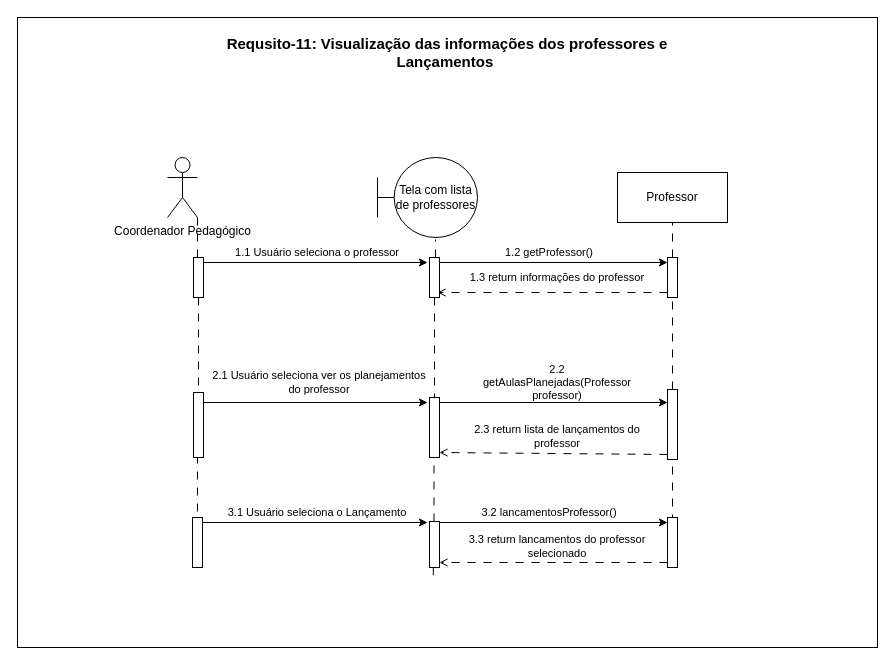
The draw.io diagram Requisito-11.drawio in LizReis/An-lise-de-Sistemas, before the edit. Source tidied: cells renumbered, new cells numbered last; positions are measured from the earlier drawing's top-left corner, leaving out a move shared by most shapes. Both pictures are drawn from the tidied source at 100%, with x=0, y=0 at pixel (17, 17).
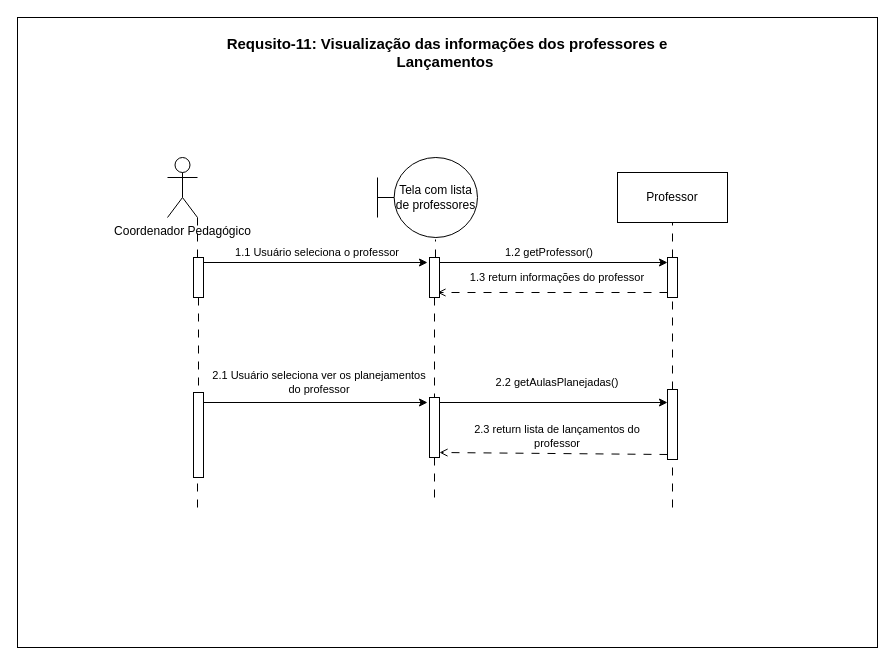
Above is the later version.

Unchanged cells that the change refers to:
```xml
<mxCell id="40" style="html=1;points=[[0,0,0,0,5],[0,1,0,0,-5],[1,0,0,0,5],[1,1,0,0,-5]];perimeter=orthogonalPerimeter;outlineConnect=0;targetShapes=umlLifeline;portConstraint=eastwest;newEdgeStyle={&quot;curved&quot;:0,&quot;rounded&quot;:0};" parent="1" vertex="1">
  <mxGeometry x="412" y="380" width="10" height="60" as="geometry" />
</mxCell>
```

Change to the diagram source:
```diff
@@
-    <mxCell id="12" style="endArrow=none;html=1;rounded=0;dashed=1;dashPattern=8 8;entryX=0.58;entryY=1.025;entryDx=0;entryDy=0;entryPerimeter=0;" parent="1" edge="1" source="38">
-      <mxGeometry relative="1" as="geometry">
-        <mxPoint x="415.8" y="557.8" as="targetPoint" />
-      </mxGeometry>
-    </mxCell>
@@
-    <mxCell id="21" value="2.2 getAulasPlanejadas(Professor professor)" style="text;html=1;align=center;verticalAlign=middle;whiteSpace=wrap;rounded=0;fontSize=11;" parent="1" vertex="1">
+    <mxCell id="21" value="2.2 getAulasPlanejadas()" style="text;html=1;align=center;verticalAlign=middle;whiteSpace=wrap;rounded=0;fontSize=11;" parent="1" vertex="1">
       <mxGeometry x="460" y="350" width="160" height="30" as="geometry" />
     </mxCell>
@@
-    <mxCell id="26" style="endArrow=classic;html=1;rounded=0;exitX=1;exitY=0;exitDx=0;exitDy=5;exitPerimeter=0;" parent="1" edge="1" source="35">
-      <mxGeometry relative="1" as="geometry">
-        <mxPoint x="410" y="505" as="targetPoint" />
-      </mxGeometry>
-    </mxCell>
-    <mxCell id="27" value="3.1 Usuário seleciona o Lançamento" style="text;html=1;align=center;verticalAlign=middle;whiteSpace=wrap;rounded=0;fontSize=11;" parent="1" vertex="1">
-      <mxGeometry x="190" y="480" width="220" height="30" as="geometry" />
-    </mxCell>
-    <mxCell id="28" style="endArrow=classic;html=1;rounded=0;entryX=0;entryY=0;entryDx=0;entryDy=5;entryPerimeter=0;" parent="1" edge="1" target="42">
-      <mxGeometry relative="1" as="geometry">
-        <mxPoint x="420" y="505" as="sourcePoint" />
-      </mxGeometry>
-    </mxCell>
-    <mxCell id="29" style="endArrow=none;html=1;rounded=0;dashed=1;dashPattern=8 8;entryX=1;entryY=1;entryDx=0;entryDy=-5;entryPerimeter=0;exitX=1;exitY=0;exitDx=0;exitDy=5;exitPerimeter=0;" parent="1" edge="1">
+    <mxCell id="29" style="endArrow=none;html=1;rounded=0;dashed=1;dashPattern=8 8;entryX=1;entryY=1;entryDx=0;entryDy=-5;entryPerimeter=0;" parent="1" edge="1">
       <mxGeometry relative="1" as="geometry">
-        <mxPoint x="655" y="505" as="sourcePoint" />
+        <mxPoint x="655" y="490" as="sourcePoint" />
         <mxPoint x="655" y="437" as="targetPoint" />
       </mxGeometry>
     </mxCell>
-    <mxCell id="30" style="endArrow=open;html=1;rounded=0;exitX=0;exitY=1;exitDx=0;exitDy=-5;exitPerimeter=0;endFill=0;dashed=1;dashPattern=8 8;entryX=1;entryY=1;entryDx=0;entryDy=-5;entryPerimeter=0;" parent="1" edge="1" source="42" target="38">
-      <mxGeometry relative="1" as="geometry" />
-    </mxCell>
-    <mxCell id="31" value="3.2 lancamentosProfessor()" style="text;html=1;align=center;verticalAlign=middle;whiteSpace=wrap;rounded=0;fontSize=11;" parent="1" vertex="1">
-      <mxGeometry x="452" y="480" width="160" height="30" as="geometry" />
-    </mxCell>
-    <mxCell id="32" value="3.3 return lancamentos do professor selecionado" style="text;html=1;align=center;verticalAlign=middle;whiteSpace=wrap;rounded=0;fontSize=11;" parent="1" vertex="1">
-      <mxGeometry x="430" y="514" width="220" height="30" as="geometry" />
-    </mxCell>
     <mxCell id="33" style="endArrow=none;html=1;rounded=0;dashed=1;dashPattern=8 8;" parent="1" edge="1" target="34">
       <mxGeometry relative="1" as="geometry">
-        <mxPoint x="180" y="510" as="sourcePoint" />
+        <mxPoint x="180" y="490" as="sourcePoint" />
       </mxGeometry>
     </mxCell>
     <mxCell id="34" style="html=1;points=[[0,0,0,0,5],[0,1,0,0,-5],[1,0,0,0,5],[1,1,0,0,-5]];perimeter=orthogonalPerimeter;outlineConnect=0;targetShapes=umlLifeline;portConstraint=eastwest;newEdgeStyle={&quot;curved&quot;:0,&quot;rounded&quot;:0};" parent="1" vertex="1">
-      <mxGeometry x="176" y="375" width="10" height="65" as="geometry" />
+      <mxGeometry x="176" y="375" width="10" height="85" as="geometry" />
     </mxCell>
-    <mxCell id="35" style="html=1;points=[[0,0,0,0,5],[0,1,0,0,-5],[1,0,0,0,5],[1,1,0,0,-5]];perimeter=orthogonalPerimeter;outlineConnect=0;targetShapes=umlLifeline;portConstraint=eastwest;newEdgeStyle={&quot;curved&quot;:0,&quot;rounded&quot;:0};" parent="1" vertex="1">
-      <mxGeometry x="175" y="500" width="10" height="50" as="geometry" />
-    </mxCell>
@@
-    <mxCell id="37" style="endArrow=none;html=1;rounded=0;dashed=1;dashPattern=8 8;entryX=0.58;entryY=1.025;entryDx=0;entryDy=0;entryPerimeter=0;" parent="1" edge="1" target="38">
-      <mxGeometry relative="1" as="geometry">
-        <mxPoint x="416" y="510" as="sourcePoint" />
-      </mxGeometry>
-    </mxCell>
-    <mxCell id="38" style="html=1;points=[[0,0,0,0,5],[0,1,0,0,-5],[1,0,0,0,5],[1,1,0,0,-5]];perimeter=orthogonalPerimeter;outlineConnect=0;targetShapes=umlLifeline;portConstraint=eastwest;newEdgeStyle={&quot;curved&quot;:0,&quot;rounded&quot;:0};" parent="1" vertex="1">
-      <mxGeometry x="412" y="504" width="10" height="46" as="geometry" />
-    </mxCell>
@@
     <mxCell id="41" style="endArrow=none;html=1;rounded=0;dashed=1;dashPattern=8 8;" parent="1" edge="1" target="40">
       <mxGeometry relative="1" as="geometry">
-        <mxPoint x="416.5" y="504" as="sourcePoint" />
+        <mxPoint x="417" y="480" as="sourcePoint" />
       </mxGeometry>
     </mxCell>
-    <mxCell id="42" style="html=1;points=[[0,0,0,0,5],[0,1,0,0,-5],[1,0,0,0,5],[1,1,0,0,-5]];perimeter=orthogonalPerimeter;outlineConnect=0;targetShapes=umlLifeline;portConstraint=eastwest;newEdgeStyle={&quot;curved&quot;:0,&quot;rounded&quot;:0};" parent="1" vertex="1">
-      <mxGeometry x="650" y="500" width="10" height="50" as="geometry" />
-    </mxCell>
```
